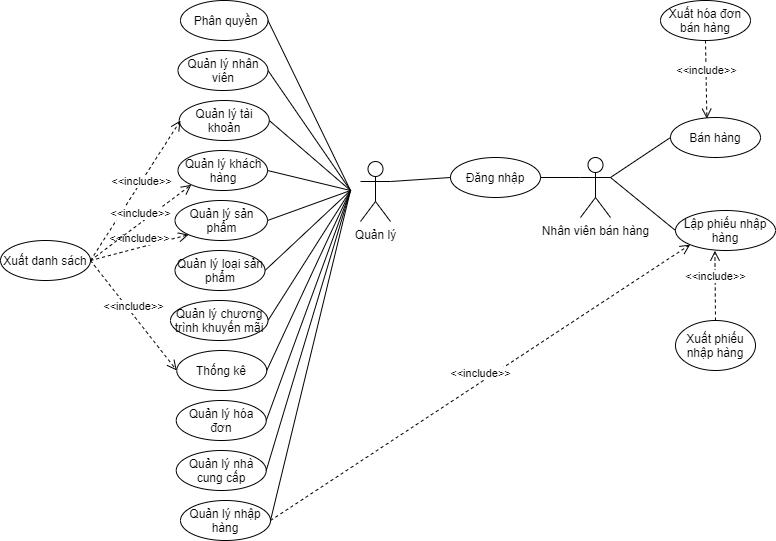
The draw.io diagram ERD, sequence, usecases/dfd-usecase_quanlyCHdienthoai_Tuyen.png in cong-nghe-pham-mem/QuanLyCuaHangDienThoai, before a commit. Source tidied: cells renumbered, new cells last; positions are measured from the earlier drawing's top-left corner, leaving out a move shared by most shapes.
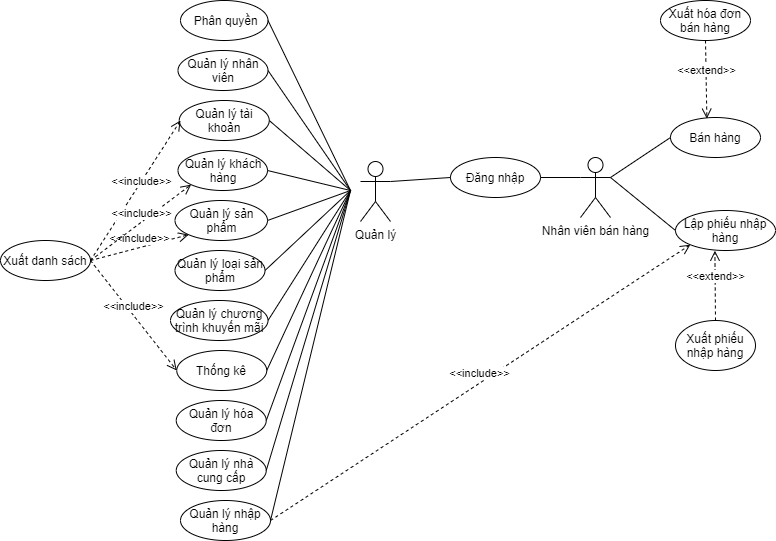
After the change.

Change to the diagram source:
```diff
@@ -123,13 +123,13 @@
     <mxCell id="34" value="Xuất hóa đơn bán hàng" style="ellipse;whiteSpace=wrap;html=1;" parent="1" vertex="1">
       <mxGeometry x="660" width="90" height="40" as="geometry" />
     </mxCell>
-    <mxCell id="35" value="&amp;lt;&amp;lt;include&amp;gt;&amp;gt;" style="html=1;verticalAlign=bottom;endArrow=open;dashed=1;endSize=8;exitX=0.5;exitY=1;exitDx=0;exitDy=0;entryX=0.404;entryY=0.029;entryDx=0;entryDy=0;entryPerimeter=0;" parent="1" edge="1" source="34" target="8">
+    <mxCell id="35" value="&amp;lt;&amp;lt;extend&amp;gt;&amp;gt;" style="html=1;verticalAlign=bottom;endArrow=open;dashed=1;endSize=8;exitX=0.5;exitY=1;exitDx=0;exitDy=0;entryX=0.404;entryY=0.029;entryDx=0;entryDy=0;entryPerimeter=0;" parent="1" edge="1" source="34" target="8">
       <mxGeometry relative="1" as="geometry" />
     </mxCell>
     <mxCell id="36" value="Xuất phiếu nhập hàng" style="ellipse;whiteSpace=wrap;html=1;" parent="1" vertex="1">
       <mxGeometry x="675" y="320" width="80" height="50" as="geometry" />
     </mxCell>
-    <mxCell id="37" value="&amp;lt;&amp;lt;include&amp;gt;&amp;gt;" style="html=1;verticalAlign=bottom;endArrow=open;dashed=1;endSize=8;exitX=0.5;exitY=0;exitDx=0;exitDy=0;entryX=0.394;entryY=1.005;entryDx=0;entryDy=0;entryPerimeter=0;" parent="1" edge="1" source="36" target="11">
+    <mxCell id="37" value="&amp;lt;&amp;lt;extend&amp;gt;&amp;gt;" style="html=1;verticalAlign=bottom;endArrow=open;dashed=1;endSize=8;exitX=0.5;exitY=0;exitDx=0;exitDy=0;entryX=0.394;entryY=1.005;entryDx=0;entryDy=0;entryPerimeter=0;" parent="1" edge="1" source="36" target="11">
       <mxGeometry relative="1" as="geometry" />
     </mxCell>
     <mxCell id="38" value="Xuất danh sách" style="ellipse;whiteSpace=wrap;html=1;" parent="1" vertex="1">
```
